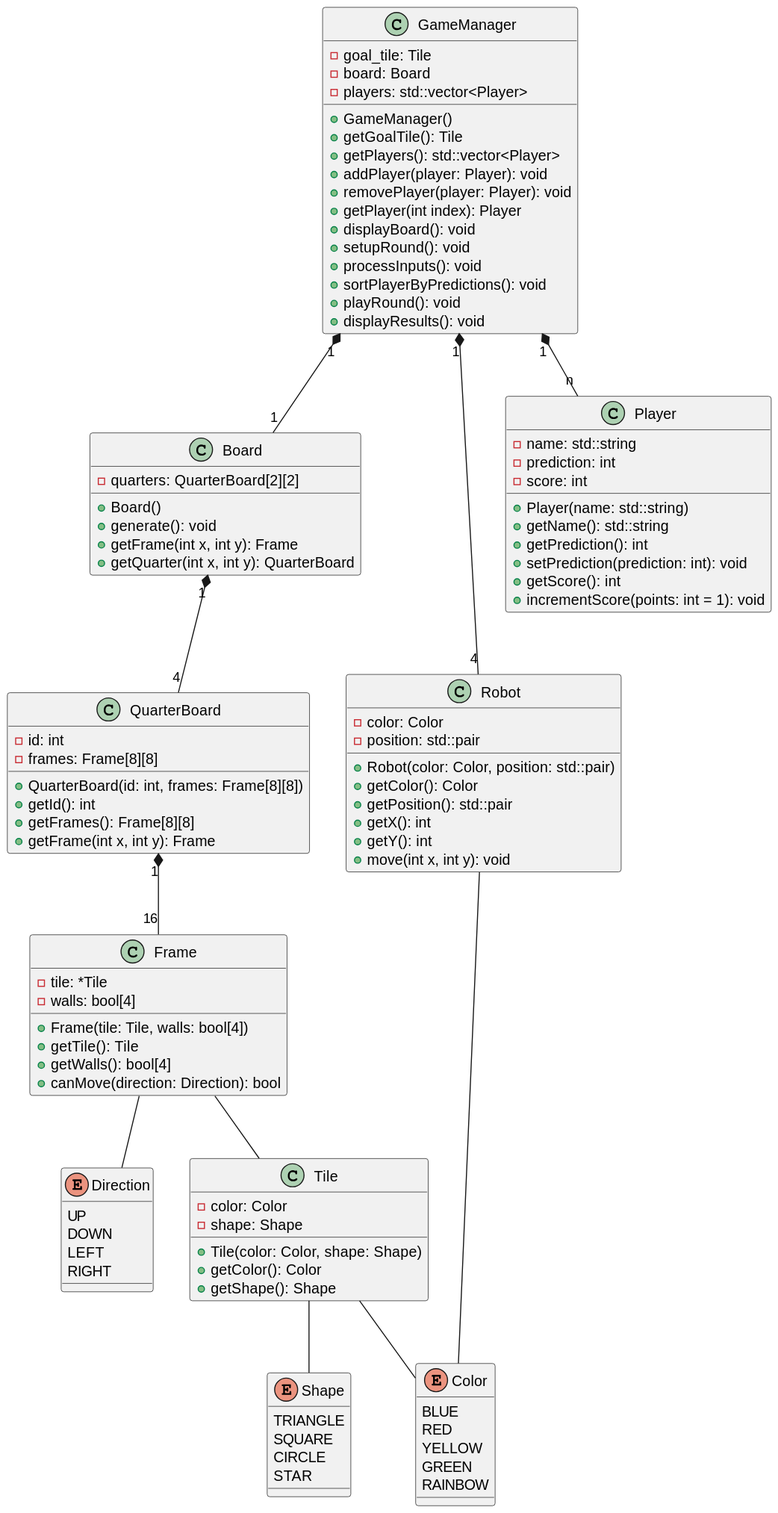
Earlier version of the PlantUML export doc/class_diagram.svg (ECN-SEC-SMP/tp11-note-les-daltons).
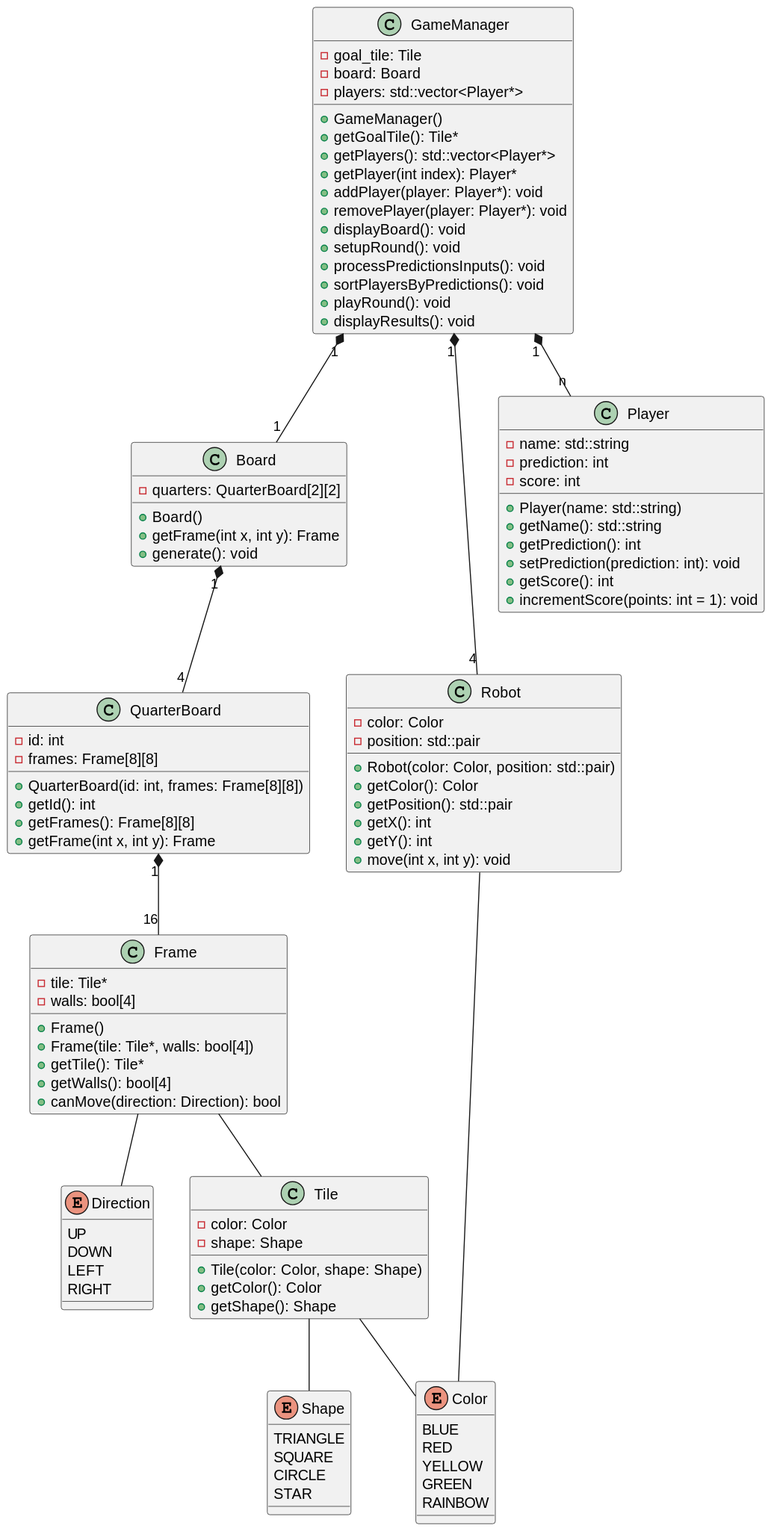
Above is the later version.

Commit message:
[Doc] Update class diagram

Diff of the diagram source:
```diff
@@ -30,10 +30,11 @@
 }
 
 class Frame {
-    - tile: *Tile
+    - tile: Tile*
     - walls: bool[4]
-    + Frame(tile: Tile, walls: bool[4])
-    + getTile(): Tile
+    + Frame()
+    + Frame(tile: Tile*, walls: bool[4])
+    + getTile(): Tile*
     + getWalls(): bool[4]
     + canMove(direction: Direction): bool
 }
@@ -50,9 +51,8 @@
 class Board {
     - quarters: QuarterBoard[2][2]
     + Board()
+    + getFrame(int x, int y): Frame
     + generate(): void
-    + getFrame(int x, int y): Frame
-    + getQuarter(int x, int y): QuarterBoard
 }
 
 class Robot {
@@ -81,17 +81,17 @@
 class GameManager {
     - goal_tile: Tile
     - board: Board
-    - players: std::vector<Player>
+    - players: std::vector<Player*>
     + GameManager()
-    + getGoalTile(): Tile
-    + getPlayers(): std::vector<Player>
-    + addPlayer(player: Player): void
-    + removePlayer(player: Player): void
-    + getPlayer(int index): Player
+    + getGoalTile(): Tile*
+    + getPlayers(): std::vector<Player*>
+    + getPlayer(int index): Player*
+    + addPlayer(player: Player*): void
+    + removePlayer(player: Player*): void
     + displayBoard(): void
     + setupRound(): void
-    + processInputs(): void
-    + sortPlayerByPredictions(): void
+    + processPredictionsInputs(): void
+    + sortPlayersByPredictions(): void
     + playRound(): void
     + displayResults(): void
 }
```
